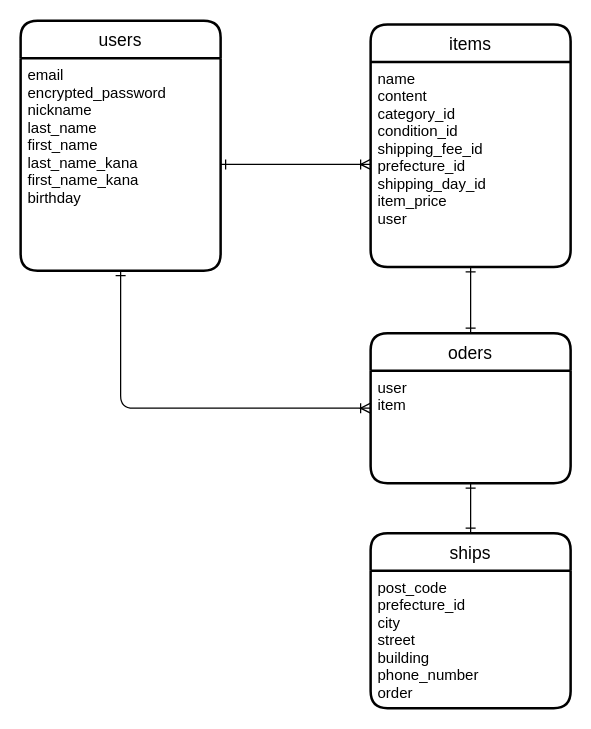
Earlier version of the draw.io diagram er.dio (likapantrip/furima-41468). Source tidied: cells renumbered, new cells numbered last; positions are measured from the earlier drawing's top-left corner, leaving out a move shared by most shapes. Both pictures are drawn from the tidied source at 125%, with x=0, y=0 at pixel (20, 20).
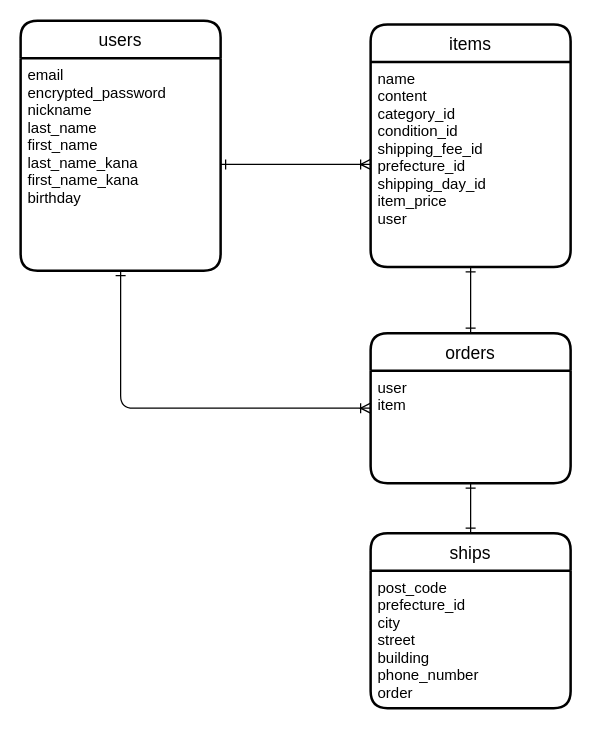
Above is the later version.

Commit message:
誤字の修正

oder→order

The edit, as a diff of the source:
```diff
@@
 <mxGraphModel background="#FFFFFF">
   <root>
     <mxCell id="0" />
     <mxCell id="1" parent="0" />
     <mxCell id="2" value="users" style="swimlane;horizontal=1;startSize=30;rounded=1;fontSize=14;fontStyle=0;strokeWidth=2;shadow=0;dashed=0;align=center;" parent="1" vertex="1">
       <mxGeometry width="160" height="200" as="geometry" />
     </mxCell>
     <mxCell id="3" value="email&#10;encrypted_password&#10;nickname&#10;last_name&#10;first_name&#10;last_name_kana&#10;first_name_kana&#10;birthday" style="align=left;strokeColor=none;fillColor=none;spacingLeft=4;fontSize=12;verticalAlign=top;" parent="2" vertex="1">
       <mxGeometry y="30" width="160" height="170" as="geometry" />
     </mxCell>
     <mxCell id="4" value="items" style="swimlane;horizontal=1;startSize=30;rounded=1;fontSize=14;fontStyle=0;strokeWidth=2;shadow=0;dashed=0;align=center;" parent="1" vertex="1">
       <mxGeometry x="280" y="3" width="160" height="194" as="geometry" />
     </mxCell>
     <mxCell id="5" value="name&#10;content&#10;category_id&#10;condition_id&#10;shipping_fee_id&#10;prefecture_id&#10;shipping_day_id&#10;item_price&#10;user" style="align=left;strokeColor=none;fillColor=none;spacingLeft=4;fontSize=12;verticalAlign=top;" parent="4" vertex="1">
       <mxGeometry y="30" width="160" height="164" as="geometry" />
     </mxCell>
     <mxCell id="6" style="edgeStyle=none;html=1;exitX=1;exitY=0.5;exitDx=0;exitDy=0;entryX=0;entryY=0.5;entryDx=0;entryDy=0;endArrow=ERoneToMany;endFill=0;startArrow=ERone;startFill=0;" parent="1" edge="1" source="3" target="5">
       <mxGeometry relative="1" as="geometry" />
     </mxCell>
-    <mxCell id="7" value="oders" style="swimlane;horizontal=1;startSize=30;rounded=1;fontSize=14;fontStyle=0;strokeWidth=2;shadow=0;dashed=0;align=center;" parent="1" vertex="1">
+    <mxCell id="7" value="orders" style="swimlane;horizontal=1;startSize=30;rounded=1;fontSize=14;fontStyle=0;strokeWidth=2;shadow=0;dashed=0;align=center;" parent="1" vertex="1">
       <mxGeometry x="280" y="250" width="160" height="120" as="geometry" />
     </mxCell>
     <mxCell id="8" value="user&#10;item" style="align=left;strokeColor=none;fillColor=none;spacingLeft=4;fontSize=12;verticalAlign=top;" parent="7" vertex="1">
       <mxGeometry y="30" width="160" height="90" as="geometry" />
     </mxCell>
     <mxCell id="9" style="edgeStyle=orthogonalEdgeStyle;html=1;exitX=0.5;exitY=1;exitDx=0;exitDy=0;entryX=0;entryY=0.5;entryDx=0;entryDy=0;endArrow=ERoneToMany;endFill=0;startArrow=ERone;startFill=0;" parent="1" edge="1" source="3" target="7">
       <mxGeometry relative="1" as="geometry" />
     </mxCell>
     <mxCell id="10" style="html=1;exitX=0.5;exitY=1;exitDx=0;exitDy=0;entryX=0.5;entryY=0;entryDx=0;entryDy=0;startArrow=ERone;startFill=0;endArrow=ERone;endFill=0;" parent="1" edge="1" source="5" target="7">
       <mxGeometry relative="1" as="geometry" />
     </mxCell>
     <mxCell id="11" value="ships" style="swimlane;horizontal=1;startSize=30;rounded=1;fontSize=14;fontStyle=0;strokeWidth=2;shadow=0;dashed=0;align=center;" parent="1" vertex="1">
       <mxGeometry x="280" y="410" width="160" height="140" as="geometry" />
     </mxCell>
     <mxCell id="12" value="post_code&#10;prefecture_id&#10;city&#10;street&#10;building&#10;phone_number&#10;order" style="align=left;strokeColor=none;fillColor=none;spacingLeft=4;fontSize=12;verticalAlign=top;" parent="11" vertex="1">
       <mxGeometry y="30" width="160" height="110" as="geometry" />
     </mxCell>
     <mxCell id="13" style="html=1;entryX=0.5;entryY=0;entryDx=0;entryDy=0;startArrow=ERone;startFill=0;endArrow=ERone;endFill=0;" parent="1" edge="1" target="11">
       <mxGeometry relative="1" as="geometry">
         <mxPoint x="360" y="370" as="sourcePoint" />
       </mxGeometry>
     </mxCell>
   </root>
 </mxGraphModel>
```
